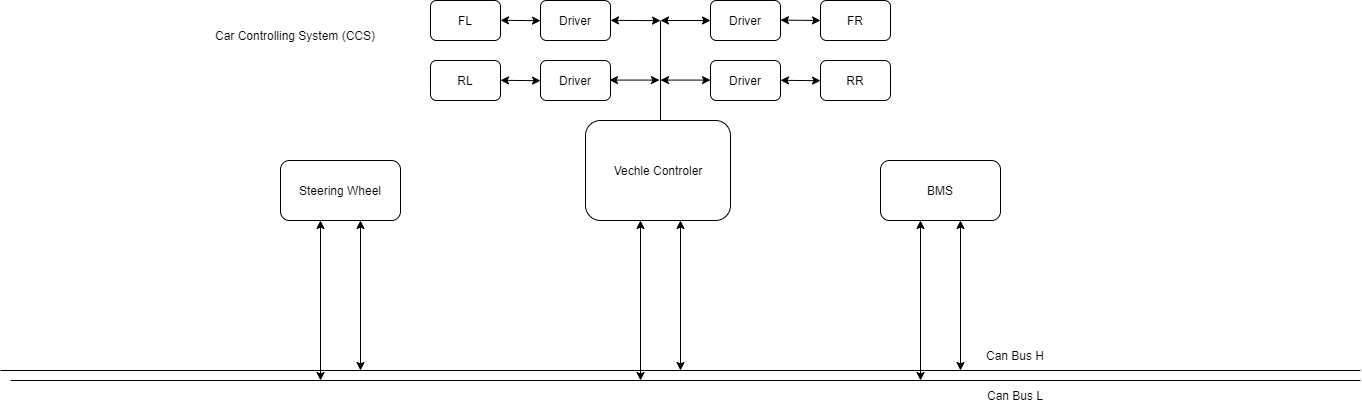
Above: Untitled Diagram.png in Mostafa1Mahmoud/FlowChartofCarControlingSystem (draw.io), before the change. Source tidied: cells renumbered, new cells last; positions are measured from the earlier drawing's top-left corner, leaving out a move shared by most shapes.
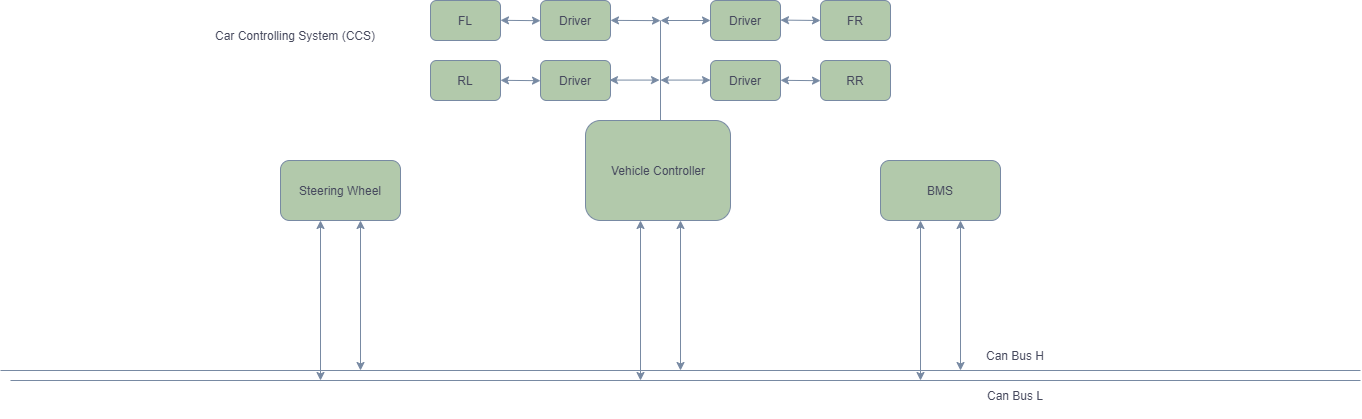
After the commit.

Diff of the diagram source:
```diff
@@ -2,180 +2,180 @@
   <root>
     <mxCell id="0" />
     <mxCell id="1" parent="0" />
-    <mxCell id="2" style="rounded=1;whiteSpace=wrap;html=1;" parent="1" vertex="1">
+    <mxCell id="2" style="rounded=1;whiteSpace=wrap;html=1;fillColor=#B2C9AB;strokeColor=#788AA3;fontColor=#46495D;" parent="1" vertex="1">
       <mxGeometry x="585" y="120" width="145" height="100" as="geometry" />
     </mxCell>
-    <mxCell id="3" value="Vechle Controler" style="text;html=1;strokeColor=none;fillColor=none;align=center;verticalAlign=middle;whiteSpace=wrap;rounded=0;" parent="1" vertex="1">
+    <mxCell id="3" value="Vehicle&amp;nbsp;Controller" style="text;html=1;strokeColor=none;fillColor=none;align=center;verticalAlign=middle;whiteSpace=wrap;rounded=0;fontColor=#46495D;" parent="1" vertex="1">
       <mxGeometry x="597.5" y="155" width="120" height="30" as="geometry" />
     </mxCell>
-    <mxCell id="4" style="endArrow=none;html=1;" parent="1" edge="1">
+    <mxCell id="4" style="endArrow=none;html=1;strokeColor=#788AA3;fontColor=#46495D;" parent="1" edge="1">
       <mxGeometry relative="1" as="geometry">
         <mxPoint y="370" as="sourcePoint" />
         <mxPoint x="1360" y="370" as="targetPoint" />
       </mxGeometry>
     </mxCell>
-    <mxCell id="5" style="rounded=1;whiteSpace=wrap;html=1;" parent="1" vertex="1">
+    <mxCell id="5" style="rounded=1;whiteSpace=wrap;html=1;fillColor=#B2C9AB;strokeColor=#788AA3;fontColor=#46495D;" parent="1" vertex="1">
       <mxGeometry x="880" y="160" width="120" height="60" as="geometry" />
     </mxCell>
-    <mxCell id="6" value="BMS" style="text;html=1;strokeColor=none;fillColor=none;align=center;verticalAlign=middle;whiteSpace=wrap;rounded=0;" parent="1" vertex="1">
+    <mxCell id="6" value="BMS" style="text;html=1;strokeColor=none;fillColor=none;align=center;verticalAlign=middle;whiteSpace=wrap;rounded=0;fontColor=#46495D;" parent="1" vertex="1">
       <mxGeometry x="905" y="172.5" width="70" height="35" as="geometry" />
     </mxCell>
-    <mxCell id="7" style="rounded=1;whiteSpace=wrap;html=1;" parent="1" vertex="1">
+    <mxCell id="7" style="rounded=1;whiteSpace=wrap;html=1;fillColor=#B2C9AB;strokeColor=#788AA3;fontColor=#46495D;" parent="1" vertex="1">
       <mxGeometry x="280" y="160" width="120" height="60" as="geometry" />
     </mxCell>
-    <mxCell id="8" value="Can Bus H" style="text;html=1;strokeColor=none;fillColor=none;align=center;verticalAlign=middle;whiteSpace=wrap;rounded=0;" parent="1" vertex="1">
+    <mxCell id="8" value="Can Bus H" style="text;html=1;strokeColor=none;fillColor=none;align=center;verticalAlign=middle;whiteSpace=wrap;rounded=0;fontColor=#46495D;" parent="1" vertex="1">
       <mxGeometry x="970" y="340" width="90" height="30" as="geometry" />
     </mxCell>
-    <mxCell id="9" value="Steering Wheel" style="text;html=1;strokeColor=none;fillColor=none;align=center;verticalAlign=middle;whiteSpace=wrap;rounded=0;" parent="1" vertex="1">
+    <mxCell id="9" value="Steering Wheel" style="text;html=1;strokeColor=none;fillColor=none;align=center;verticalAlign=middle;whiteSpace=wrap;rounded=0;fontColor=#46495D;" parent="1" vertex="1">
       <mxGeometry x="290" y="170" width="100" height="40" as="geometry" />
     </mxCell>
-    <mxCell id="10" value="Car Controlling System (CCS)" style="text;html=1;strokeColor=none;fillColor=none;align=center;verticalAlign=middle;whiteSpace=wrap;rounded=0;" parent="1" vertex="1">
+    <mxCell id="10" value="Car Controlling System (CCS)" style="text;html=1;strokeColor=none;fillColor=none;align=center;verticalAlign=middle;whiteSpace=wrap;rounded=0;fontColor=#46495D;" parent="1" vertex="1">
       <mxGeometry x="190" y="10" width="210" height="50" as="geometry" />
     </mxCell>
-    <mxCell id="11" style="endArrow=none;html=1;" parent="1" edge="1">
+    <mxCell id="11" style="endArrow=none;html=1;strokeColor=#788AA3;fontColor=#46495D;" parent="1" edge="1">
       <mxGeometry relative="1" as="geometry">
         <mxPoint x="660" y="120" as="sourcePoint" />
         <mxPoint x="660" y="20" as="targetPoint" />
       </mxGeometry>
     </mxCell>
-    <mxCell id="12" style="rounded=1;whiteSpace=wrap;html=1;" parent="1" vertex="1">
+    <mxCell id="12" style="rounded=1;whiteSpace=wrap;html=1;fillColor=#B2C9AB;strokeColor=#788AA3;fontColor=#46495D;" parent="1" vertex="1">
       <mxGeometry x="820" width="70" height="40" as="geometry" />
     </mxCell>
-    <mxCell id="13" style="rounded=1;whiteSpace=wrap;html=1;" parent="1" vertex="1">
+    <mxCell id="13" style="rounded=1;whiteSpace=wrap;html=1;fillColor=#B2C9AB;strokeColor=#788AA3;fontColor=#46495D;" parent="1" vertex="1">
       <mxGeometry x="430" width="70" height="40" as="geometry" />
     </mxCell>
-    <mxCell id="14" style="rounded=1;whiteSpace=wrap;html=1;" parent="1" vertex="1">
+    <mxCell id="14" style="rounded=1;whiteSpace=wrap;html=1;fillColor=#B2C9AB;strokeColor=#788AA3;fontColor=#46495D;" parent="1" vertex="1">
       <mxGeometry x="820" y="60" width="70" height="40" as="geometry" />
     </mxCell>
-    <mxCell id="15" style="rounded=1;whiteSpace=wrap;html=1;" parent="1" vertex="1">
+    <mxCell id="15" style="rounded=1;whiteSpace=wrap;html=1;fillColor=#B2C9AB;strokeColor=#788AA3;fontColor=#46495D;" parent="1" vertex="1">
       <mxGeometry x="430" y="60" width="70" height="40" as="geometry" />
     </mxCell>
-    <mxCell id="16" value="FL" style="text;html=1;strokeColor=none;fillColor=none;align=center;verticalAlign=middle;whiteSpace=wrap;rounded=0;" parent="1" vertex="1">
+    <mxCell id="16" value="FL" style="text;html=1;strokeColor=none;fillColor=none;align=center;verticalAlign=middle;whiteSpace=wrap;rounded=0;fontColor=#46495D;" parent="1" vertex="1">
       <mxGeometry x="445" y="10" width="40" height="20" as="geometry" />
     </mxCell>
-    <mxCell id="17" value="RL" style="text;html=1;strokeColor=none;fillColor=none;align=center;verticalAlign=middle;whiteSpace=wrap;rounded=0;" parent="1" vertex="1">
+    <mxCell id="17" value="RL" style="text;html=1;strokeColor=none;fillColor=none;align=center;verticalAlign=middle;whiteSpace=wrap;rounded=0;fontColor=#46495D;" parent="1" vertex="1">
       <mxGeometry x="445" y="70" width="40" height="20" as="geometry" />
     </mxCell>
-    <mxCell id="18" value="FR" style="text;html=1;strokeColor=none;fillColor=none;align=center;verticalAlign=middle;whiteSpace=wrap;rounded=0;" parent="1" vertex="1">
+    <mxCell id="18" value="FR" style="text;html=1;strokeColor=none;fillColor=none;align=center;verticalAlign=middle;whiteSpace=wrap;rounded=0;fontColor=#46495D;" parent="1" vertex="1">
       <mxGeometry x="835" y="10" width="40" height="20" as="geometry" />
     </mxCell>
-    <mxCell id="19" value="RR" style="text;html=1;strokeColor=none;fillColor=none;align=center;verticalAlign=middle;whiteSpace=wrap;rounded=0;" parent="1" vertex="1">
+    <mxCell id="19" value="RR" style="text;html=1;strokeColor=none;fillColor=none;align=center;verticalAlign=middle;whiteSpace=wrap;rounded=0;fontColor=#46495D;" parent="1" vertex="1">
       <mxGeometry x="835" y="70" width="40" height="20" as="geometry" />
     </mxCell>
-    <mxCell id="20" style="endArrow=none;html=1;" parent="1" edge="1">
+    <mxCell id="20" style="endArrow=none;html=1;strokeColor=#788AA3;fontColor=#46495D;" parent="1" edge="1">
       <mxGeometry relative="1" as="geometry">
         <mxPoint x="10" y="380" as="sourcePoint" />
         <mxPoint x="1360" y="380" as="targetPoint" />
       </mxGeometry>
     </mxCell>
-    <mxCell id="21" value="Can Bus L" style="text;html=1;strokeColor=none;fillColor=none;align=center;verticalAlign=middle;whiteSpace=wrap;rounded=0;" parent="1" vertex="1">
+    <mxCell id="21" value="Can Bus L" style="text;html=1;strokeColor=none;fillColor=none;align=center;verticalAlign=middle;whiteSpace=wrap;rounded=0;fontColor=#46495D;" parent="1" vertex="1">
       <mxGeometry x="970" y="380" width="90" height="30" as="geometry" />
     </mxCell>
-    <mxCell id="22" style="edgeStyle=orthogonalEdgeStyle;rounded=0;orthogonalLoop=1;jettySize=auto;html=1;exitX=0.5;exitY=1;exitDx=0;exitDy=0;" parent="1" edge="1" source="21" target="21">
+    <mxCell id="22" style="edgeStyle=orthogonalEdgeStyle;rounded=0;orthogonalLoop=1;jettySize=auto;html=1;exitX=0.5;exitY=1;exitDx=0;exitDy=0;strokeColor=#788AA3;fontColor=#46495D;" parent="1" edge="1" source="21" target="21">
       <mxGeometry relative="1" as="geometry" />
     </mxCell>
-    <mxCell id="23" style="endArrow=classic;startArrow=classic;html=1;entryX=0.5;entryY=1;entryDx=0;entryDy=0;exitX=0;exitY=1;exitDx=0;exitDy=0;" parent="1" edge="1">
+    <mxCell id="23" style="endArrow=classic;startArrow=classic;html=1;entryX=0.5;entryY=1;entryDx=0;entryDy=0;exitX=0;exitY=1;exitDx=0;exitDy=0;strokeColor=#788AA3;fontColor=#46495D;" parent="1" edge="1">
       <mxGeometry relative="1" as="geometry">
         <mxPoint x="360" y="370" as="sourcePoint" />
         <mxPoint x="360" y="220" as="targetPoint" />
       </mxGeometry>
     </mxCell>
-    <mxCell id="24" style="endArrow=classic;startArrow=classic;html=1;entryX=0.5;entryY=1;entryDx=0;entryDy=0;" parent="1" edge="1">
+    <mxCell id="24" style="endArrow=classic;startArrow=classic;html=1;entryX=0.5;entryY=1;entryDx=0;entryDy=0;strokeColor=#788AA3;fontColor=#46495D;" parent="1" edge="1">
       <mxGeometry relative="1" as="geometry">
         <mxPoint x="320" y="380" as="sourcePoint" />
         <mxPoint x="320" y="220" as="targetPoint" />
       </mxGeometry>
     </mxCell>
-    <mxCell id="25" style="endArrow=classic;startArrow=classic;html=1;entryX=0.5;entryY=1;entryDx=0;entryDy=0;exitX=0;exitY=1;exitDx=0;exitDy=0;" parent="1" edge="1">
+    <mxCell id="25" style="endArrow=classic;startArrow=classic;html=1;entryX=0.5;entryY=1;entryDx=0;entryDy=0;exitX=0;exitY=1;exitDx=0;exitDy=0;strokeColor=#788AA3;fontColor=#46495D;" parent="1" edge="1">
       <mxGeometry relative="1" as="geometry">
         <mxPoint x="960" y="370" as="sourcePoint" />
         <mxPoint x="960" y="220" as="targetPoint" />
       </mxGeometry>
     </mxCell>
-    <mxCell id="26" style="endArrow=classic;startArrow=classic;html=1;entryX=0.5;entryY=1;entryDx=0;entryDy=0;" parent="1" edge="1">
+    <mxCell id="26" style="endArrow=classic;startArrow=classic;html=1;entryX=0.5;entryY=1;entryDx=0;entryDy=0;strokeColor=#788AA3;fontColor=#46495D;" parent="1" edge="1">
       <mxGeometry relative="1" as="geometry">
         <mxPoint x="920" y="380" as="sourcePoint" />
         <mxPoint x="920" y="220" as="targetPoint" />
       </mxGeometry>
     </mxCell>
-    <mxCell id="27" style="endArrow=classic;startArrow=classic;html=1;" parent="1" edge="1">
+    <mxCell id="27" style="endArrow=classic;startArrow=classic;html=1;strokeColor=#788AA3;fontColor=#46495D;" parent="1" edge="1">
       <mxGeometry relative="1" as="geometry">
         <mxPoint x="680" y="370" as="sourcePoint" />
         <mxPoint x="680" y="220" as="targetPoint" />
       </mxGeometry>
     </mxCell>
-    <mxCell id="28" style="endArrow=classic;startArrow=classic;html=1;" parent="1" edge="1">
+    <mxCell id="28" style="endArrow=classic;startArrow=classic;html=1;strokeColor=#788AA3;fontColor=#46495D;" parent="1" edge="1">
       <mxGeometry relative="1" as="geometry">
         <mxPoint x="640" y="380" as="sourcePoint" />
         <mxPoint x="640" y="220" as="targetPoint" />
       </mxGeometry>
     </mxCell>
-    <mxCell id="29" style="rounded=1;whiteSpace=wrap;html=1;" parent="1" vertex="1">
+    <mxCell id="29" style="rounded=1;whiteSpace=wrap;html=1;fillColor=#B2C9AB;strokeColor=#788AA3;fontColor=#46495D;" parent="1" vertex="1">
       <mxGeometry x="540" y="60" width="70" height="40" as="geometry" />
     </mxCell>
-    <mxCell id="30" style="rounded=1;whiteSpace=wrap;html=1;" parent="1" vertex="1">
+    <mxCell id="30" style="rounded=1;whiteSpace=wrap;html=1;fillColor=#B2C9AB;strokeColor=#788AA3;fontColor=#46495D;" parent="1" vertex="1">
       <mxGeometry x="540" width="70" height="40" as="geometry" />
     </mxCell>
-    <mxCell id="31" style="rounded=1;whiteSpace=wrap;html=1;" parent="1" vertex="1">
+    <mxCell id="31" style="rounded=1;whiteSpace=wrap;html=1;fillColor=#B2C9AB;strokeColor=#788AA3;fontColor=#46495D;" parent="1" vertex="1">
       <mxGeometry x="710" width="70" height="40" as="geometry" />
     </mxCell>
-    <mxCell id="32" value="Driver" style="text;html=1;strokeColor=none;fillColor=none;align=center;verticalAlign=middle;whiteSpace=wrap;rounded=0;" parent="1" vertex="1">
+    <mxCell id="32" value="Driver" style="text;html=1;strokeColor=none;fillColor=none;align=center;verticalAlign=middle;whiteSpace=wrap;rounded=0;fontColor=#46495D;" parent="1" vertex="1">
       <mxGeometry x="725" y="10" width="40" height="20" as="geometry" />
     </mxCell>
-    <mxCell id="33" style="rounded=1;whiteSpace=wrap;html=1;" parent="1" vertex="1">
+    <mxCell id="33" style="rounded=1;whiteSpace=wrap;html=1;fillColor=#B2C9AB;strokeColor=#788AA3;fontColor=#46495D;" parent="1" vertex="1">
       <mxGeometry x="710" y="60" width="70" height="40" as="geometry" />
     </mxCell>
-    <mxCell id="34" value="Driver" style="text;html=1;strokeColor=none;fillColor=none;align=center;verticalAlign=middle;whiteSpace=wrap;rounded=0;" parent="1" vertex="1">
+    <mxCell id="34" value="Driver" style="text;html=1;strokeColor=none;fillColor=none;align=center;verticalAlign=middle;whiteSpace=wrap;rounded=0;fontColor=#46495D;" parent="1" vertex="1">
       <mxGeometry x="555" y="10" width="40" height="20" as="geometry" />
     </mxCell>
-    <mxCell id="35" value="Driver" style="text;html=1;strokeColor=none;fillColor=none;align=center;verticalAlign=middle;whiteSpace=wrap;rounded=0;" parent="1" vertex="1">
+    <mxCell id="35" value="Driver" style="text;html=1;strokeColor=none;fillColor=none;align=center;verticalAlign=middle;whiteSpace=wrap;rounded=0;fontColor=#46495D;" parent="1" vertex="1">
       <mxGeometry x="555" y="70" width="40" height="20" as="geometry" />
     </mxCell>
-    <mxCell id="36" value="Driver" style="text;html=1;strokeColor=none;fillColor=none;align=center;verticalAlign=middle;whiteSpace=wrap;rounded=0;" parent="1" vertex="1">
+    <mxCell id="36" value="Driver" style="text;html=1;strokeColor=none;fillColor=none;align=center;verticalAlign=middle;whiteSpace=wrap;rounded=0;fontColor=#46495D;" parent="1" vertex="1">
       <mxGeometry x="725" y="70" width="40" height="20" as="geometry" />
     </mxCell>
-    <mxCell id="37" style="endArrow=classic;startArrow=classic;html=1;entryX=0;entryY=0.5;entryDx=0;entryDy=0;" parent="1" edge="1" target="31">
+    <mxCell id="37" style="endArrow=classic;startArrow=classic;html=1;entryX=0;entryY=0.5;entryDx=0;entryDy=0;strokeColor=#788AA3;fontColor=#46495D;" parent="1" edge="1" target="31">
       <mxGeometry relative="1" as="geometry">
         <mxPoint x="660" y="20" as="sourcePoint" />
       </mxGeometry>
     </mxCell>
-    <mxCell id="38" style="endArrow=classic;startArrow=classic;html=1;" parent="1" edge="1">
+    <mxCell id="38" style="endArrow=classic;startArrow=classic;html=1;strokeColor=#788AA3;fontColor=#46495D;" parent="1" edge="1">
       <mxGeometry relative="1" as="geometry">
         <mxPoint x="610" y="19.9" as="sourcePoint" />
         <mxPoint x="660" y="20.1" as="targetPoint" />
       </mxGeometry>
     </mxCell>
-    <mxCell id="39" style="endArrow=classic;startArrow=classic;html=1;entryX=0;entryY=0.5;entryDx=0;entryDy=0;" parent="1" edge="1">
+    <mxCell id="39" style="endArrow=classic;startArrow=classic;html=1;entryX=0;entryY=0.5;entryDx=0;entryDy=0;strokeColor=#788AA3;fontColor=#46495D;" parent="1" edge="1">
       <mxGeometry relative="1" as="geometry">
         <mxPoint x="660" y="79.6" as="sourcePoint" />
         <mxPoint x="710" y="79.6" as="targetPoint" />
       </mxGeometry>
     </mxCell>
-    <mxCell id="40" style="endArrow=classic;startArrow=classic;html=1;entryX=0;entryY=0.5;entryDx=0;entryDy=0;" parent="1" edge="1">
+    <mxCell id="40" style="endArrow=classic;startArrow=classic;html=1;entryX=0;entryY=0.5;entryDx=0;entryDy=0;strokeColor=#788AA3;fontColor=#46495D;" parent="1" edge="1">
       <mxGeometry relative="1" as="geometry">
         <mxPoint x="609" y="79.6" as="sourcePoint" />
         <mxPoint x="659" y="79.6" as="targetPoint" />
       </mxGeometry>
     </mxCell>
-    <mxCell id="41" style="endArrow=classic;startArrow=classic;html=1;" parent="1" edge="1">
+    <mxCell id="41" style="endArrow=classic;startArrow=classic;html=1;strokeColor=#788AA3;fontColor=#46495D;" parent="1" edge="1">
       <mxGeometry relative="1" as="geometry">
         <mxPoint x="780" y="19.6" as="sourcePoint" />
         <mxPoint x="820" y="20" as="targetPoint" />
       </mxGeometry>
     </mxCell>
-    <mxCell id="42" style="endArrow=classic;startArrow=classic;html=1;" parent="1" edge="1">
+    <mxCell id="42" style="endArrow=classic;startArrow=classic;html=1;strokeColor=#788AA3;fontColor=#46495D;" parent="1" edge="1">
       <mxGeometry relative="1" as="geometry">
         <mxPoint x="780" y="79.8" as="sourcePoint" />
         <mxPoint x="820" y="80.2" as="targetPoint" />
       </mxGeometry>
     </mxCell>
-    <mxCell id="43" style="endArrow=classic;startArrow=classic;html=1;" parent="1" edge="1">
+    <mxCell id="43" style="endArrow=classic;startArrow=classic;html=1;strokeColor=#788AA3;fontColor=#46495D;" parent="1" edge="1">
       <mxGeometry relative="1" as="geometry">
         <mxPoint x="500" y="19.8" as="sourcePoint" />
         <mxPoint x="540" y="20.2" as="targetPoint" />
       </mxGeometry>
     </mxCell>
-    <mxCell id="44" style="endArrow=classic;startArrow=classic;html=1;" parent="1" edge="1">
+    <mxCell id="44" style="endArrow=classic;startArrow=classic;html=1;strokeColor=#788AA3;fontColor=#46495D;" parent="1" edge="1">
       <mxGeometry relative="1" as="geometry">
         <mxPoint x="500" y="79.8" as="sourcePoint" />
         <mxPoint x="540" y="80.2" as="targetPoint" />
```
